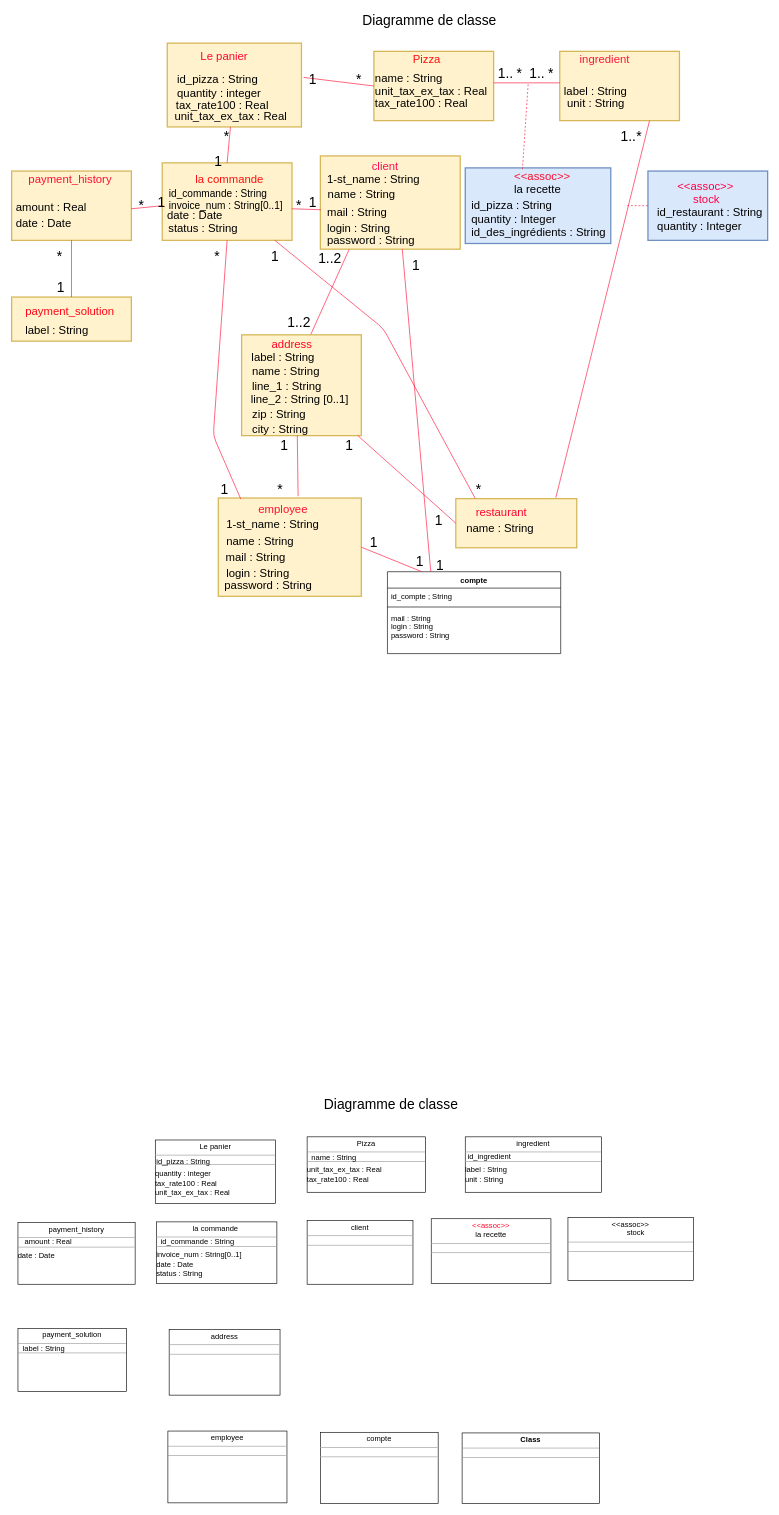
Earlier version of the draw.io diagram Diagramme sans nom.drawio (stan-dimitrov/OC-project6-Concevez-la-solution-technique-d-un-syst-me-de-gestion-de-pizzeria). Source tidied: cells renumbered, new cells numbered last; positions are measured from the earlier drawing's top-left corner, leaving out a move shared by most shapes. Both pictures are drawn from the tidied source at 63%, with x=0, y=0 at pixel (11, 11).
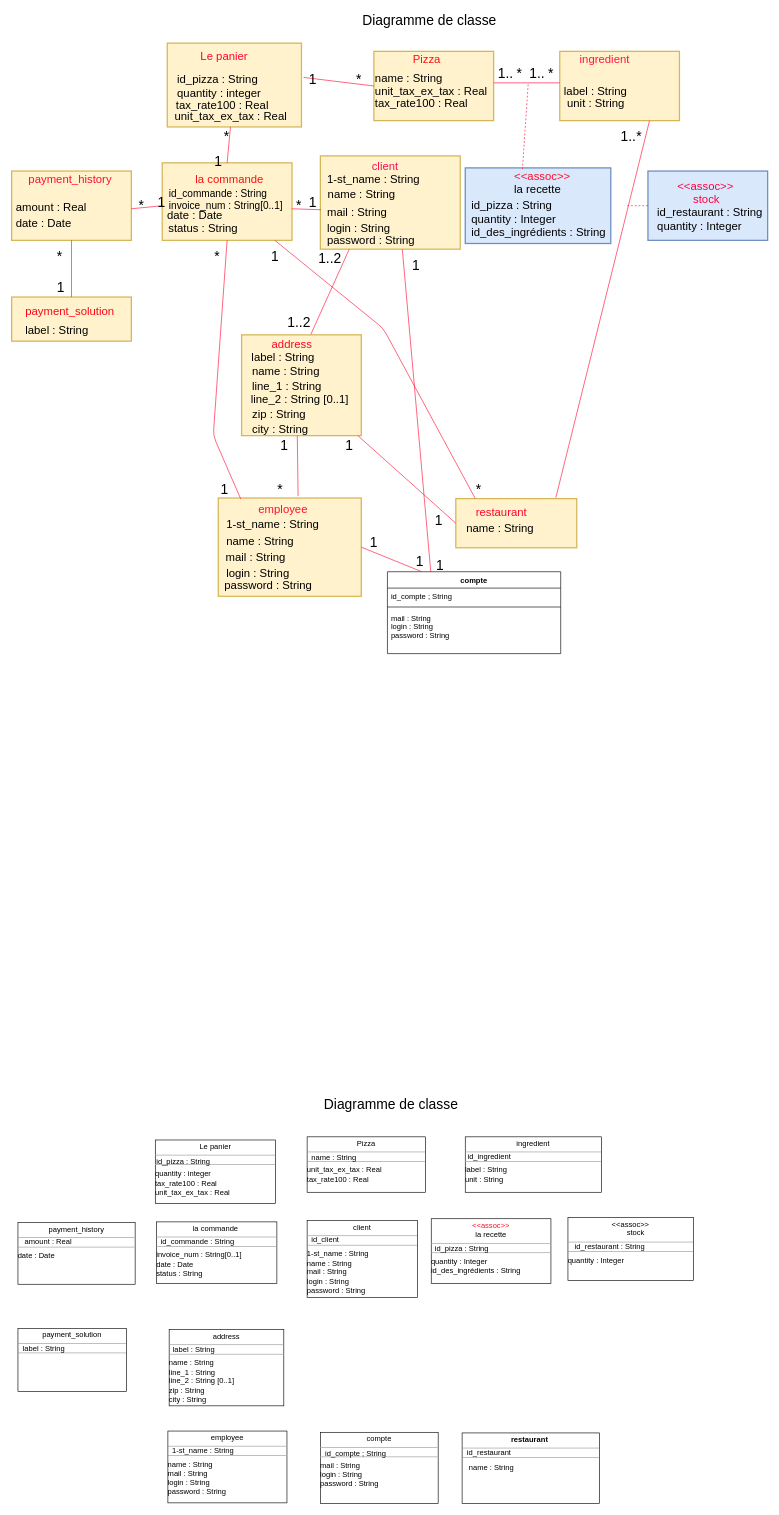
The same page after the edit.

Commit message (it also covers changes not shown here):
Mettre à jour Diagramme sans nom.drawio

Diff of the diagram source:
```diff
@@
-    <mxCell id="116" value="&lt;p style=&quot;margin: 0px ; margin-top: 4px ; text-align: center&quot;&gt;&lt;span&gt;client&lt;/span&gt;&lt;br&gt;&lt;/p&gt;&lt;hr size=&quot;1&quot;&gt;&lt;div style=&quot;height: 2px&quot;&gt;&lt;/div&gt;&lt;hr size=&quot;1&quot;&gt;&lt;div style=&quot;height: 2px&quot;&gt;&lt;/div&gt;" style="verticalAlign=top;align=left;overflow=fill;fontSize=12;fontFamily=Helvetica;html=1;" parent="1" vertex="1">
-      <mxGeometry x="469" y="1920" width="168" height="101" as="geometry" />
+    <mxCell id="116" value="&lt;p style=&quot;margin: 0px ; margin-top: 4px ; text-align: center&quot;&gt;&lt;span&gt;client&lt;/span&gt;&lt;br&gt;&lt;/p&gt;&lt;hr size=&quot;1&quot;&gt;&lt;div style=&quot;height: 2px&quot;&gt;&lt;/div&gt;&lt;hr size=&quot;1&quot;&gt;&lt;div style=&quot;height: 2px&quot;&gt;&lt;span&gt;1-st_name : String&lt;br&gt;&lt;/span&gt;&lt;span&gt;name : String&lt;br&gt;&lt;/span&gt;&lt;span&gt;mail : String&lt;br&gt;&lt;/span&gt;&lt;span&gt;login : String&lt;br&gt;&lt;/span&gt;&lt;span&gt;password : String&lt;/span&gt;&lt;span&gt;&lt;br&gt;&lt;/span&gt;&lt;/div&gt;" style="verticalAlign=top;align=left;overflow=fill;fontSize=12;fontFamily=Helvetica;html=1;" parent="1" vertex="1">
+      <mxGeometry x="469" y="1920" width="175" height="122" as="geometry" />
     </mxCell>
-    <mxCell id="117" value="&lt;p style=&quot;margin: 0px ; margin-top: 4px ; text-align: center&quot;&gt;&lt;font color=&quot;#ff0d2d&quot;&gt;&amp;lt;&amp;lt;assoc&amp;gt;&amp;gt;&lt;br&gt;&lt;/font&gt;&lt;span&gt;la recette&lt;/span&gt;&lt;br&gt;&lt;/p&gt;&lt;hr size=&quot;1&quot;&gt;&lt;div style=&quot;height: 2px&quot;&gt;&lt;/div&gt;&lt;hr size=&quot;1&quot;&gt;&lt;div style=&quot;height: 2px&quot;&gt;&lt;/div&gt;" style="verticalAlign=top;align=left;overflow=fill;fontSize=12;fontFamily=Helvetica;html=1;" parent="1" vertex="1">
+    <mxCell id="117" value="&lt;p style=&quot;margin: 0px ; margin-top: 4px ; text-align: center&quot;&gt;&lt;font color=&quot;#ff0d2d&quot;&gt;&amp;lt;&amp;lt;assoc&amp;gt;&amp;gt;&lt;br&gt;&lt;/font&gt;&lt;span&gt;la recette&lt;/span&gt;&lt;br&gt;&lt;/p&gt;&lt;hr size=&quot;1&quot;&gt;&lt;div style=&quot;height: 2px&quot;&gt;&lt;/div&gt;&lt;hr size=&quot;1&quot;&gt;&lt;div style=&quot;height: 2px&quot;&gt;&lt;span&gt;quantity : Integer&lt;br&gt;&lt;/span&gt;&lt;span&gt;id_des_ingrédients : String&lt;/span&gt;&lt;br&gt;&lt;/div&gt;" style="verticalAlign=top;align=left;overflow=fill;fontSize=12;fontFamily=Helvetica;html=1;" parent="1" vertex="1">
       <mxGeometry x="666" y="1917" width="190" height="103" as="geometry" />
     </mxCell>
-    <mxCell id="118" value="&lt;p style=&quot;margin: 0px ; margin-top: 4px ; text-align: center&quot;&gt;&lt;span&gt;&amp;lt;&amp;lt;assoc&amp;gt;&amp;gt;&lt;/span&gt;&lt;br&gt;&lt;span&gt;&amp;nbsp; &amp;nbsp; &amp;nbsp;stock&lt;/span&gt;&lt;br&gt;&lt;/p&gt;&lt;hr size=&quot;1&quot;&gt;&lt;div style=&quot;height: 2px&quot;&gt;&lt;/div&gt;&lt;hr size=&quot;1&quot;&gt;&lt;div style=&quot;height: 2px&quot;&gt;&lt;/div&gt;" style="verticalAlign=top;align=left;overflow=fill;fontSize=12;fontFamily=Helvetica;html=1;" parent="1" vertex="1">
+    <mxCell id="118" value="&lt;p style=&quot;margin: 0px ; margin-top: 4px ; text-align: center&quot;&gt;&lt;span&gt;&amp;lt;&amp;lt;assoc&amp;gt;&amp;gt;&lt;/span&gt;&lt;br&gt;&lt;span&gt;&amp;nbsp; &amp;nbsp; &amp;nbsp;stock&lt;/span&gt;&lt;br&gt;&lt;/p&gt;&lt;hr size=&quot;1&quot;&gt;&lt;div style=&quot;height: 2px&quot;&gt;&lt;/div&gt;&lt;hr size=&quot;1&quot;&gt;&lt;div style=&quot;height: 2px&quot;&gt;&lt;span&gt;quantity : Integer&lt;/span&gt;&lt;/div&gt;" style="verticalAlign=top;align=left;overflow=fill;fontSize=12;fontFamily=Helvetica;html=1;" parent="1" vertex="1">
       <mxGeometry x="883" y="1915" width="199" height="100" as="geometry" />
     </mxCell>
@@
-    <mxCell id="120" value="&lt;p style=&quot;margin: 0px ; margin-top: 4px ; text-align: center&quot;&gt;&lt;span&gt;address&lt;/span&gt;&lt;br&gt;&lt;/p&gt;&lt;hr size=&quot;1&quot;&gt;&lt;div style=&quot;height: 2px&quot;&gt;&lt;/div&gt;&lt;hr size=&quot;1&quot;&gt;&lt;div style=&quot;height: 2px&quot;&gt;&lt;/div&gt;" style="verticalAlign=top;align=left;overflow=fill;fontSize=12;fontFamily=Helvetica;html=1;" parent="1" vertex="1">
-      <mxGeometry x="250" y="2093" width="176" height="104" as="geometry" />
+    <mxCell id="120" value="&lt;p style=&quot;margin: 0px ; margin-top: 4px ; text-align: center&quot;&gt;&lt;span&gt;address&lt;/span&gt;&lt;br&gt;&lt;/p&gt;&lt;hr size=&quot;1&quot;&gt;&lt;div style=&quot;height: 2px&quot;&gt;&lt;/div&gt;&lt;hr size=&quot;1&quot;&gt;&lt;div style=&quot;height: 2px&quot;&gt;&lt;span&gt;name : String&lt;br&gt;&lt;/span&gt;&lt;span&gt;line_1 : String&lt;br&gt;&lt;/span&gt;&lt;span&gt;line_2 : String [0..1]&lt;br&gt;&lt;/span&gt;&lt;span&gt;zip : String&lt;br&gt;&lt;/span&gt;&lt;span&gt;city : String&lt;/span&gt;&lt;span&gt;&lt;br&gt;&lt;/span&gt;&lt;/div&gt;" style="verticalAlign=top;align=left;overflow=fill;fontSize=12;fontFamily=Helvetica;html=1;" parent="1" vertex="1">
+      <mxGeometry x="250" y="2093" width="182" height="121" as="geometry" />
     </mxCell>
-    <mxCell id="121" value="&lt;p style=&quot;margin: 0px ; margin-top: 4px ; text-align: center&quot;&gt;&lt;span&gt;employee&lt;/span&gt;&lt;br&gt;&lt;/p&gt;&lt;hr size=&quot;1&quot;&gt;&lt;div style=&quot;height: 2px&quot;&gt;&lt;/div&gt;&lt;hr size=&quot;1&quot;&gt;&lt;div style=&quot;height: 2px&quot;&gt;&lt;/div&gt;" style="verticalAlign=top;align=left;overflow=fill;fontSize=12;fontFamily=Helvetica;html=1;" parent="1" vertex="1">
+    <mxCell id="121" value="&lt;p style=&quot;margin: 0px ; margin-top: 4px ; text-align: center&quot;&gt;&lt;span&gt;employee&lt;/span&gt;&lt;br&gt;&lt;/p&gt;&lt;hr size=&quot;1&quot;&gt;&lt;div style=&quot;height: 2px&quot;&gt;&lt;/div&gt;&lt;hr size=&quot;1&quot;&gt;&lt;div style=&quot;height: 2px&quot;&gt;&lt;span&gt;name : String&lt;br&gt;&lt;/span&gt;&lt;span&gt;mail : String&lt;br&gt;&lt;/span&gt;&lt;span&gt;login : String&lt;br&gt;&lt;/span&gt;&lt;span&gt;password : String&lt;/span&gt;&lt;span&gt;&lt;br&gt;&lt;/span&gt;&lt;/div&gt;" style="verticalAlign=top;align=left;overflow=fill;fontSize=12;fontFamily=Helvetica;html=1;" parent="1" vertex="1">
       <mxGeometry x="248" y="2254" width="189" height="114" as="geometry" />
     </mxCell>
-    <mxCell id="122" value="&lt;p style=&quot;margin: 0px ; margin-top: 4px ; text-align: center&quot;&gt;&lt;span&gt;compte&lt;/span&gt;&lt;br&gt;&lt;/p&gt;&lt;hr size=&quot;1&quot;&gt;&lt;div style=&quot;height: 2px&quot;&gt;&lt;/div&gt;&lt;hr size=&quot;1&quot;&gt;&lt;div style=&quot;height: 2px&quot;&gt;&lt;/div&gt;" style="verticalAlign=top;align=left;overflow=fill;fontSize=12;fontFamily=Helvetica;html=1;" parent="1" vertex="1">
+    <mxCell id="122" value="&lt;p style=&quot;margin: 0px ; margin-top: 4px ; text-align: center&quot;&gt;&lt;span&gt;compte&lt;/span&gt;&lt;br&gt;&lt;/p&gt;&lt;hr size=&quot;1&quot;&gt;&lt;div style=&quot;height: 2px&quot;&gt;&lt;/div&gt;&lt;hr size=&quot;1&quot;&gt;&lt;div style=&quot;height: 2px&quot;&gt;mail : String&lt;br&gt;login : String&lt;br&gt;password : String&lt;div&gt;&lt;br&gt;&lt;/div&gt;&lt;/div&gt;" style="verticalAlign=top;align=left;overflow=fill;fontSize=12;fontFamily=Helvetica;html=1;" parent="1" vertex="1">
       <mxGeometry x="490" y="2256" width="187" height="113" as="geometry" />
     </mxCell>
-    <mxCell id="123" value="&lt;p style=&quot;margin:0px;margin-top:4px;text-align:center;&quot;&gt;&lt;b&gt;Class&lt;/b&gt;&lt;/p&gt;&lt;hr size=&quot;1&quot;/&gt;&lt;div style=&quot;height:2px;&quot;&gt;&lt;/div&gt;&lt;hr size=&quot;1&quot;/&gt;&lt;div style=&quot;height:2px;&quot;&gt;&lt;/div&gt;" style="verticalAlign=top;align=left;overflow=fill;fontSize=12;fontFamily=Helvetica;html=1;" parent="1" vertex="1">
+    <mxCell id="123" value="&lt;p style=&quot;margin: 0px ; margin-top: 4px ; text-align: center&quot;&gt;&lt;b&gt;restaurant&amp;nbsp;&lt;/b&gt;&lt;/p&gt;&lt;hr size=&quot;1&quot;&gt;&lt;div style=&quot;height: 2px&quot;&gt;&lt;/div&gt;&lt;hr size=&quot;1&quot;&gt;&lt;div style=&quot;height: 2px&quot;&gt;&lt;/div&gt;" style="verticalAlign=top;align=left;overflow=fill;fontSize=12;fontFamily=Helvetica;html=1;" parent="1" vertex="1">
       <mxGeometry x="715" y="2257" width="218" height="112" as="geometry" />
     </mxCell>
@@
+    <mxCell id="130" value="id_client" style="text;html=1;align=left;verticalAlign=top;spacingTop=-4;" parent="1" vertex="1">
+      <mxGeometry x="473.5" y="1940.5" width="54" height="14" as="geometry" />
+    </mxCell>
+    <mxCell id="131" value="id_pizza : String" style="text;html=1;" parent="1" vertex="1">
+      <mxGeometry x="670" y="1950.8" width="105" height="28" as="geometry" />
+    </mxCell>
+    <mxCell id="132" value="id_restaurant : String" style="text;html=1;" parent="1" vertex="1">
+      <mxGeometry x="892" y="1947.3" width="131" height="28" as="geometry" />
+    </mxCell>
+    <mxCell id="133" value="label : String" style="text;html=1;" parent="1" vertex="1">
+      <mxGeometry x="253.8" y="2111.2" width="87" height="28" as="geometry" />
+    </mxCell>
+    <mxCell id="134" value="1-st_name : String" style="text;html=1;" parent="1" vertex="1">
+      <mxGeometry x="252.8" y="2271.8" width="118" height="28" as="geometry" />
+    </mxCell>
+    <mxCell id="135" value="id_compte ; String" style="text;html=1;" parent="1" vertex="1">
+      <mxGeometry x="495.7" y="2276" width="117" height="28" as="geometry" />
+    </mxCell>
+    <mxCell id="136" value="id_restaurant" style="text;html=1;align=left;verticalAlign=top;spacingTop=-4;" parent="1" vertex="1">
+      <mxGeometry x="721" y="2279" width="80" height="14" as="geometry" />
+    </mxCell>
+    <mxCell id="137" value="name : String" style="text;html=1;" parent="1" vertex="1">
+      <mxGeometry x="723.8" y="2298.3" width="91" height="28" as="geometry" />
+    </mxCell>
```
